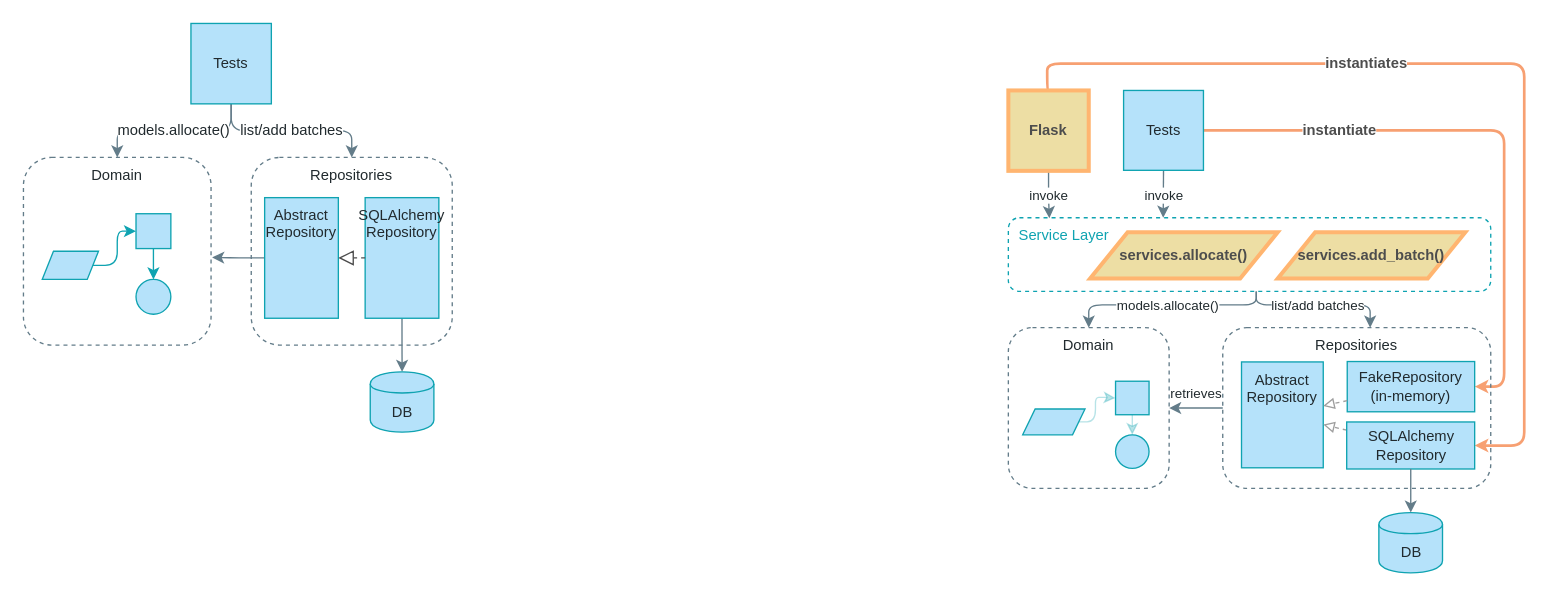
Before: page "Chapter 4" (3 of 11) of maps.drawio in cosmicpython/book, a draw.io diagram. Source tidied: cells renumbered, new cells numbered last; positions are measured from the earlier drawing's top-left corner, leaving out a move shared by most shapes. Both pictures are drawn from the tidied source at 134%, with x=0, y=0 at pixel (23, 23).
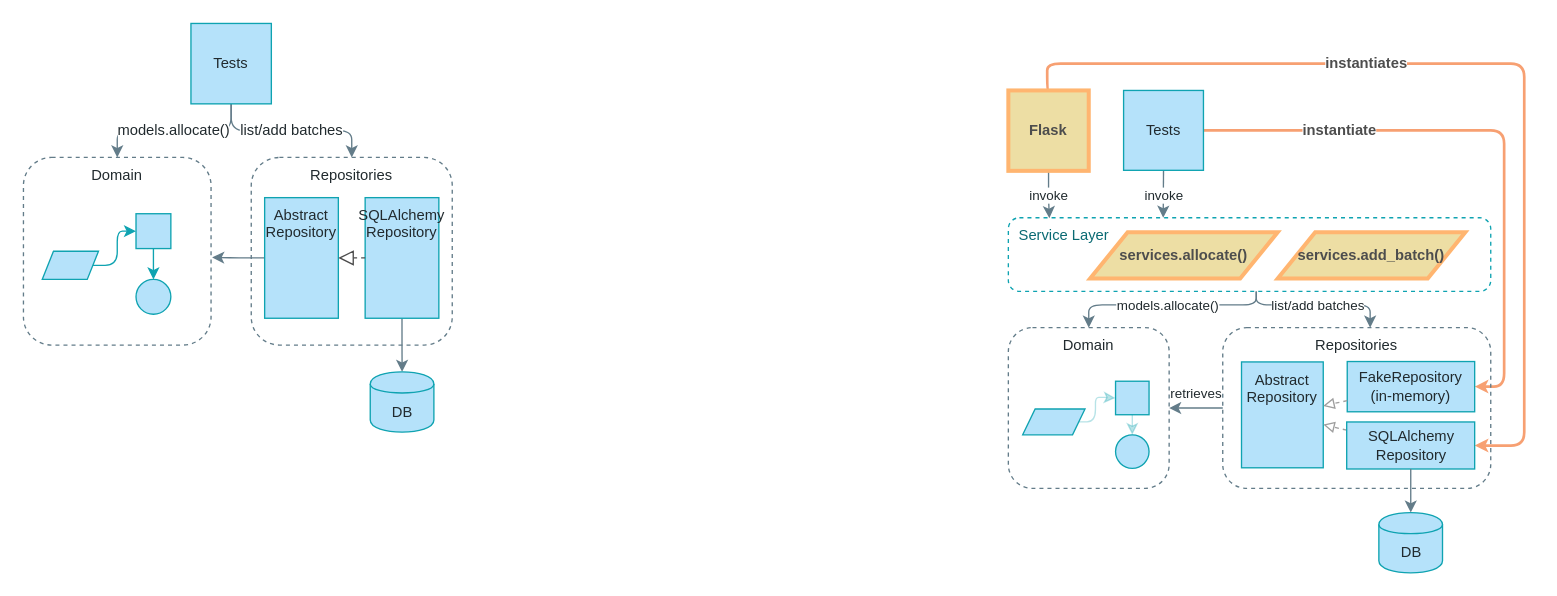
After the change.

What changed in the source:
```diff
@@
-    <mxCell id="15" value="&amp;nbsp; Service Layer" style="rounded=1;whiteSpace=wrap;html=1;fontFamily=Guardian Sans Cond Light;verticalAlign=top;fontSize=11;fontColor=#0FA3B1;fillColor=none;strokeColor=#0FA3B1;fontStyle=0;dashed=1;align=left;" parent="1" vertex="1">
+    <mxCell id="15" value="&amp;nbsp; Service Layer" style="rounded=1;whiteSpace=wrap;html=1;fontFamily=Guardian Sans Cond Light;verticalAlign=top;fontSize=11;fontColor=#0A6A73;fillColor=none;strokeColor=#0FA3B1;fontStyle=0;dashed=1;align=left;" parent="1" vertex="1">
       <mxGeometry x="735" y="145" width="360" height="55" as="geometry" />
     </mxCell>
```
